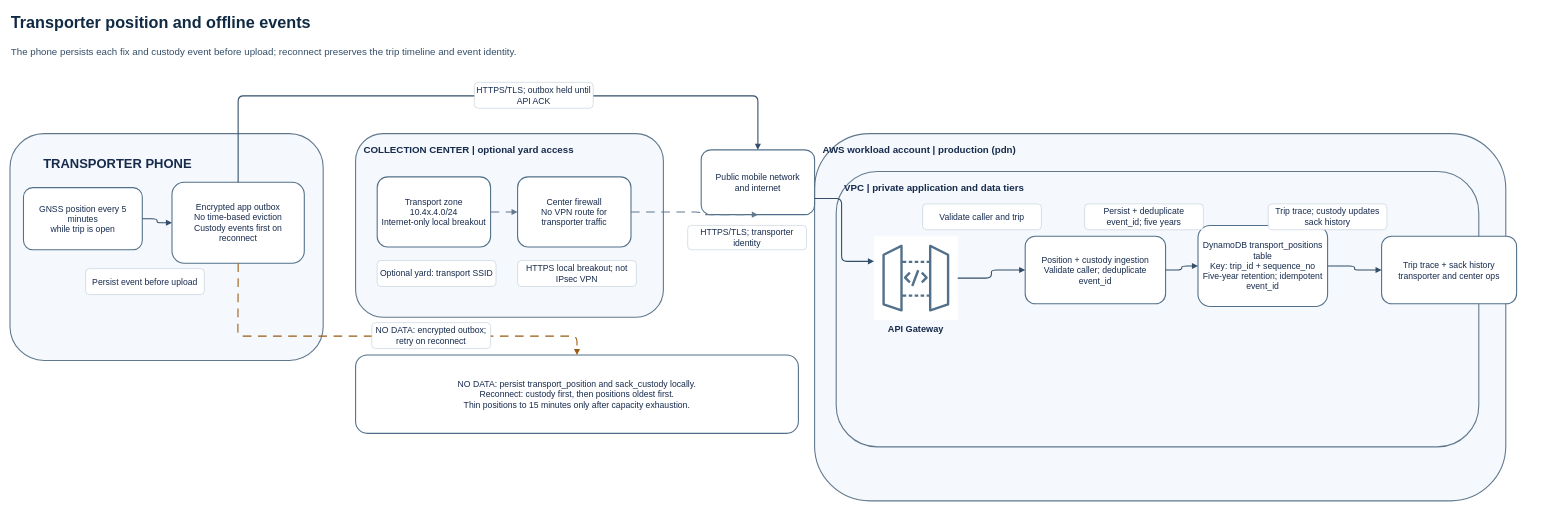
Earlier version of the draw.io diagram data-paths/transporter-position.drawio (aroma-pacifico/aroma-pacifico-diagrams). Source tidied: cells renumbered, new cells numbered last; positions are measured from the earlier drawing's top-left corner, leaving out a move shared by most shapes. Both pictures are drawn from the tidied source at 54%, with x=0, y=0 at pixel (10, 9).
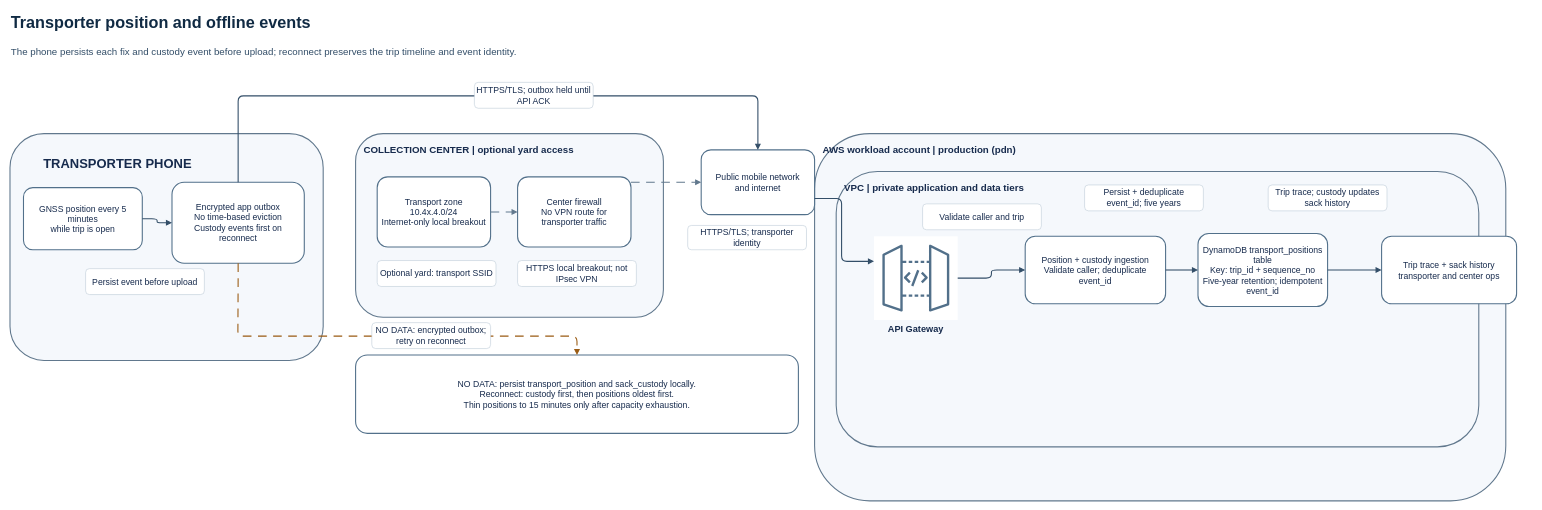
The same diagram, later.

Commit message (it also covers changes not shown here):
docs(architecture): resolve round 7 visual findings on diagrams

The change refers to these unchanged cells:
```xml
<mxCell id="11" value="Center firewall&#10;No VPN route for transporter traffic" style="rounded=1;whiteSpace=wrap;html=1;fillColor=#ffffff;strokeColor=#52708a;strokeWidth=2;fontColor=#172b4d;fontSize=16;align=center;verticalAlign=middle;spacing=8;" parent="1" vertex="1">
  <mxGeometry x="940" y="310" width="210" height="130" as="geometry" />
</mxCell>
<mxCell id="12" value="Public mobile network&#10;and internet" style="rounded=1;whiteSpace=wrap;html=1;fillColor=#ffffff;strokeColor=#52708a;strokeWidth=2;fontColor=#172b4d;fontSize=16;align=center;verticalAlign=middle;spacing=8;" parent="1" vertex="1">
  <mxGeometry x="1280" y="260" width="210" height="120" as="geometry" />
</mxCell>
```

Change to the diagram source:
```diff
@@
     <mxCell id="15" value="DynamoDB transport_positions table&#10;Key: trip_id + sequence_no&#10;Five-year retention; idempotent event_id" style="rounded=1;whiteSpace=wrap;html=1;fillColor=#ffffff;strokeColor=#52708a;strokeWidth=2;fontColor=#172b4d;fontSize=16;align=center;verticalAlign=middle;spacing=8;" parent="1" vertex="1">
-      <mxGeometry x="2200" y="400" width="240" height="150" as="geometry" />
+      <mxGeometry x="2200" y="415" width="240" height="135" as="geometry" />
     </mxCell>
@@
-    <mxCell id="21" style="edgeStyle=orthogonalEdgeStyle;rounded=1;jettySize=auto;html=1;strokeColor=#334e68;strokeWidth=2;endArrow=block;endFill=1;fontColor=#172b4d;fontSize=16;whiteSpace=wrap;dashed=1;dashPattern=8 6;strokeColor=#61788d;exitX=1;exitY=0.5;exitPerimeter=1;entryX=0.5;entryY=1;entryPerimeter=1;" parent="1" edge="1" source="11" target="12">
+    <mxCell id="21" style="edgeStyle=orthogonalEdgeStyle;rounded=1;jettySize=auto;html=1;strokeColor=#61788d;strokeWidth=2;endArrow=block;endFill=1;fontColor=#172b4d;fontSize=16;whiteSpace=wrap;dashed=1;dashPattern=8 6;exitX=1;exitY=0.077;exitPerimeter=1;entryX=0;entryY=0.5;entryPerimeter=1;" parent="1" edge="1" source="11" target="12">
       <mxGeometry x="0.5" y="-0.7" relative="1" as="geometry">
         <Array as="points">
-          <mxPoint x="1150" y="375" />
-          <mxPoint x="1280" y="375" />
+          <mxPoint x="1150" y="320" />
+          <mxPoint x="1280" y="320" />
         </Array>
       </mxGeometry>
     </mxCell>
@@
     <mxCell id="33" value="Persist + deduplicate event_id; five years" style="rounded=1;whiteSpace=wrap;html=1;fillColor=#ffffff;strokeColor=#b8c7d5;strokeWidth=1;fontColor=#172b4d;fontSize=16;align=center;verticalAlign=middle;spacing=4;" parent="1" vertex="1">
-      <mxGeometry x="1990" y="360" width="220" height="48" as="geometry" />
+      <mxGeometry x="1990" y="325" width="220" height="48" as="geometry" />
     </mxCell>
     <mxCell id="34" value="Trip trace; custody updates sack history" style="rounded=1;whiteSpace=wrap;html=1;fillColor=#ffffff;strokeColor=#b8c7d5;strokeWidth=1;fontColor=#172b4d;fontSize=16;align=center;verticalAlign=middle;spacing=4;" parent="1" vertex="1">
-      <mxGeometry x="2330" y="360" width="220" height="48" as="geometry" />
+      <mxGeometry x="2330" y="325" width="220" height="48" as="geometry" />
     </mxCell>
```
